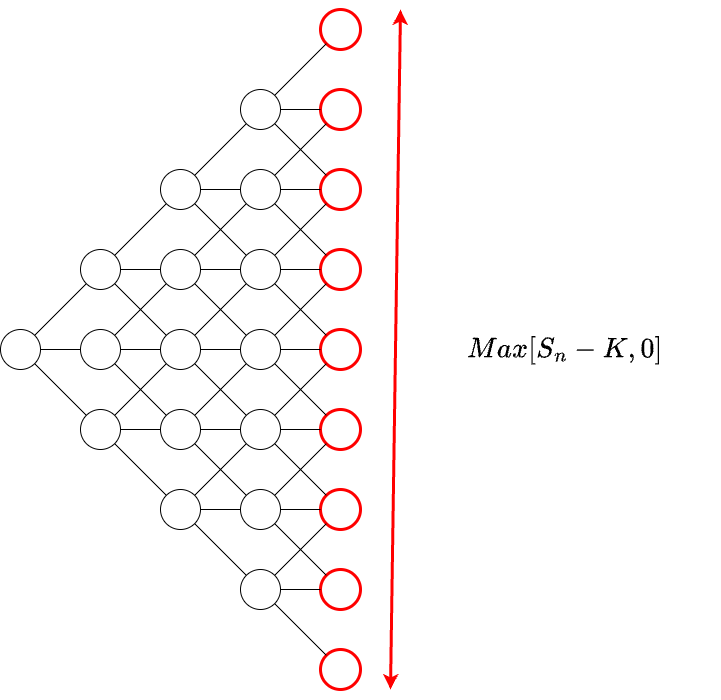
The draw.io diagram content/articles/How to Calculate an Innovation Option/max_equation_applied.png in innovation-options/innovation-options, before a commit. Source tidied: cells renumbered, new cells last; positions are measured from the earlier drawing's top-left corner, leaving out a move shared by most shapes. Source of this version:
```xml
<mxGraphModel math="1">
  <root>
    <mxCell id="0" />
    <mxCell id="1" parent="0" />
    <mxCell id="2" style="ellipse;whiteSpace=wrap;html=1;strokeColor=#FF0000;strokeWidth=3;" parent="1" vertex="1">
      <mxGeometry x="320" width="40" height="40" as="geometry" />
    </mxCell>
    <mxCell id="3" style="ellipse;whiteSpace=wrap;html=1;strokeColor=#FF0000;strokeWidth=3;" parent="1" vertex="1">
      <mxGeometry x="320" y="640" width="40" height="40" as="geometry" />
    </mxCell>
    <mxCell id="4" style="ellipse;whiteSpace=wrap;html=1;strokeColor=#FF0000;strokeWidth=3;" parent="1" vertex="1">
      <mxGeometry x="320" y="80" width="40" height="40" as="geometry" />
    </mxCell>
    <mxCell id="5" style="ellipse;whiteSpace=wrap;html=1;strokeColor=#FF0000;strokeWidth=3;" parent="1" vertex="1">
      <mxGeometry x="320" y="160" width="40" height="40" as="geometry" />
    </mxCell>
    <mxCell id="6" style="ellipse;whiteSpace=wrap;html=1;strokeColor=#FF0000;strokeWidth=3;" parent="1" vertex="1">
      <mxGeometry x="320" y="240" width="40" height="40" as="geometry" />
    </mxCell>
    <mxCell id="7" style="ellipse;whiteSpace=wrap;html=1;strokeColor=#FF0000;strokeWidth=3;" parent="1" vertex="1">
      <mxGeometry x="320" y="320" width="40" height="40" as="geometry" />
    </mxCell>
    <mxCell id="8" style="ellipse;whiteSpace=wrap;html=1;strokeColor=#FF0000;strokeWidth=3;" parent="1" vertex="1">
      <mxGeometry x="320" y="400" width="40" height="40" as="geometry" />
    </mxCell>
    <mxCell id="9" style="ellipse;whiteSpace=wrap;html=1;strokeColor=#FF0000;strokeWidth=3;" parent="1" vertex="1">
      <mxGeometry x="320" y="480" width="40" height="40" as="geometry" />
    </mxCell>
    <mxCell id="10" style="ellipse;whiteSpace=wrap;html=1;strokeColor=#FF0000;strokeWidth=3;" parent="1" vertex="1">
      <mxGeometry x="320" y="560" width="40" height="40" as="geometry" />
    </mxCell>
    <mxCell id="11" style="ellipse;whiteSpace=wrap;html=1;" parent="1" vertex="1">
      <mxGeometry x="240" y="80" width="40" height="40" as="geometry" />
    </mxCell>
    <mxCell id="12" style="ellipse;whiteSpace=wrap;html=1;" parent="1" vertex="1">
      <mxGeometry x="240" y="160" width="40" height="40" as="geometry" />
    </mxCell>
    <mxCell id="13" style="ellipse;whiteSpace=wrap;html=1;" parent="1" vertex="1">
      <mxGeometry x="240" y="240" width="40" height="40" as="geometry" />
    </mxCell>
    <mxCell id="14" style="ellipse;whiteSpace=wrap;html=1;" parent="1" vertex="1">
      <mxGeometry x="240" y="320" width="40" height="40" as="geometry" />
    </mxCell>
    <mxCell id="15" style="ellipse;whiteSpace=wrap;html=1;" parent="1" vertex="1">
      <mxGeometry x="240" y="400" width="40" height="40" as="geometry" />
    </mxCell>
    <mxCell id="16" style="ellipse;whiteSpace=wrap;html=1;" parent="1" vertex="1">
      <mxGeometry x="240" y="480" width="40" height="40" as="geometry" />
    </mxCell>
    <mxCell id="17" style="ellipse;whiteSpace=wrap;html=1;" parent="1" vertex="1">
      <mxGeometry x="240" y="560" width="40" height="40" as="geometry" />
    </mxCell>
    <mxCell id="18" style="ellipse;whiteSpace=wrap;html=1;" parent="1" vertex="1">
      <mxGeometry x="160" y="160" width="40" height="40" as="geometry" />
    </mxCell>
    <mxCell id="19" style="ellipse;whiteSpace=wrap;html=1;" parent="1" vertex="1">
      <mxGeometry x="160" y="240" width="40" height="40" as="geometry" />
    </mxCell>
    <mxCell id="20" style="ellipse;whiteSpace=wrap;html=1;" parent="1" vertex="1">
      <mxGeometry x="160" y="320" width="40" height="40" as="geometry" />
    </mxCell>
    <mxCell id="21" style="ellipse;whiteSpace=wrap;html=1;" parent="1" vertex="1">
      <mxGeometry x="160" y="400" width="40" height="40" as="geometry" />
    </mxCell>
    <mxCell id="22" style="ellipse;whiteSpace=wrap;html=1;" parent="1" vertex="1">
      <mxGeometry x="160" y="480" width="40" height="40" as="geometry" />
    </mxCell>
    <mxCell id="23" style="ellipse;whiteSpace=wrap;html=1;" parent="1" vertex="1">
      <mxGeometry x="80" y="240" width="40" height="40" as="geometry" />
    </mxCell>
    <mxCell id="24" style="ellipse;whiteSpace=wrap;html=1;" parent="1" vertex="1">
      <mxGeometry x="80" y="320" width="40" height="40" as="geometry" />
    </mxCell>
    <mxCell id="25" style="ellipse;whiteSpace=wrap;html=1;" parent="1" vertex="1">
      <mxGeometry x="80" y="400" width="40" height="40" as="geometry" />
    </mxCell>
    <mxCell id="26" style="ellipse;whiteSpace=wrap;html=1;" parent="1" vertex="1">
      <mxGeometry y="320" width="40" height="40" as="geometry" />
    </mxCell>
    <mxCell id="27" style="endArrow=none;html=1;rounded=0;" parent="1" edge="1" source="23" target="18">
      <mxGeometry relative="1" as="geometry" />
    </mxCell>
    <mxCell id="28" style="endArrow=none;html=1;rounded=0;" parent="1" edge="1" source="18" target="12">
      <mxGeometry relative="1" as="geometry" />
    </mxCell>
    <mxCell id="29" style="endArrow=none;html=1;rounded=0;" parent="1" edge="1" source="26" target="23">
      <mxGeometry relative="1" as="geometry" />
    </mxCell>
    <mxCell id="30" style="endArrow=none;html=1;rounded=0;" parent="1" edge="1" source="18" target="11">
      <mxGeometry relative="1" as="geometry" />
    </mxCell>
    <mxCell id="31" style="endArrow=none;html=1;rounded=0;" parent="1" edge="1" source="11" target="4">
      <mxGeometry relative="1" as="geometry" />
    </mxCell>
    <mxCell id="32" style="endArrow=none;html=1;rounded=0;" parent="1" edge="1" source="11" target="2">
      <mxGeometry relative="1" as="geometry" />
    </mxCell>
    <mxCell id="33" style="endArrow=none;html=1;rounded=0;" parent="1" edge="1" source="26" target="25">
      <mxGeometry relative="1" as="geometry" />
    </mxCell>
    <mxCell id="34" style="endArrow=none;html=1;rounded=0;" parent="1" edge="1" source="25" target="21">
      <mxGeometry relative="1" as="geometry" />
    </mxCell>
    <mxCell id="35" style="endArrow=none;html=1;rounded=0;" parent="1" edge="1" source="25" target="22">
      <mxGeometry relative="1" as="geometry" />
    </mxCell>
    <mxCell id="36" style="endArrow=none;html=1;rounded=0;" parent="1" edge="1" source="22" target="17">
      <mxGeometry relative="1" as="geometry" />
    </mxCell>
    <mxCell id="37" style="endArrow=none;html=1;rounded=0;" parent="1" edge="1" source="17" target="3">
      <mxGeometry relative="1" as="geometry" />
    </mxCell>
    <mxCell id="38" style="endArrow=none;html=1;rounded=0;" parent="1" edge="1" source="9" target="16">
      <mxGeometry relative="1" as="geometry" />
    </mxCell>
    <mxCell id="39" style="endArrow=none;html=1;rounded=0;" parent="1" edge="1" source="24" target="21">
      <mxGeometry relative="1" as="geometry" />
    </mxCell>
    <mxCell id="40" style="endArrow=none;html=1;rounded=0;" parent="1" edge="1" source="16" target="10">
      <mxGeometry relative="1" as="geometry" />
    </mxCell>
    <mxCell id="41" style="endArrow=none;html=1;rounded=0;" parent="1" edge="1" source="20" target="24">
      <mxGeometry relative="1" as="geometry" />
    </mxCell>
    <mxCell id="42" style="endArrow=none;html=1;rounded=0;" parent="1" edge="1" source="24" target="26">
      <mxGeometry relative="1" as="geometry" />
    </mxCell>
    <mxCell id="43" style="endArrow=none;html=1;rounded=0;" parent="1" edge="1" source="19" target="14">
      <mxGeometry relative="1" as="geometry" />
    </mxCell>
    <mxCell id="44" style="endArrow=none;html=1;rounded=0;" parent="1" edge="1" source="14" target="8">
      <mxGeometry relative="1" as="geometry" />
    </mxCell>
    <mxCell id="45" style="endArrow=none;html=1;rounded=0;" parent="1" edge="1" source="23" target="19">
      <mxGeometry relative="1" as="geometry" />
    </mxCell>
    <mxCell id="46" style="endArrow=none;html=1;rounded=0;" parent="1" edge="1" source="23" target="20">
      <mxGeometry relative="1" as="geometry" />
    </mxCell>
    <mxCell id="47" style="endArrow=none;html=1;rounded=0;" parent="1" edge="1" source="20" target="15">
      <mxGeometry relative="1" as="geometry" />
    </mxCell>
    <mxCell id="48" style="endArrow=none;html=1;rounded=0;" parent="1" edge="1" source="15" target="9">
      <mxGeometry relative="1" as="geometry" />
    </mxCell>
    <mxCell id="49" style="endArrow=none;html=1;rounded=0;" parent="1" edge="1" source="21" target="16">
      <mxGeometry relative="1" as="geometry" />
    </mxCell>
    <mxCell id="50" style="endArrow=none;html=1;rounded=0;" parent="1" edge="1" source="15" target="7">
      <mxGeometry relative="1" as="geometry" />
    </mxCell>
    <mxCell id="51" style="endArrow=none;html=1;rounded=0;" parent="1" edge="1" source="13" target="6">
      <mxGeometry relative="1" as="geometry" />
    </mxCell>
    <mxCell id="52" style="endArrow=none;html=1;rounded=0;" parent="1" edge="1" source="11" target="5">
      <mxGeometry relative="1" as="geometry" />
    </mxCell>
    <mxCell id="53" style="endArrow=none;html=1;rounded=0;" parent="1" edge="1" source="12" target="6">
      <mxGeometry relative="1" as="geometry" />
    </mxCell>
    <mxCell id="54" style="endArrow=none;html=1;rounded=0;" parent="1" edge="1" source="18" target="13">
      <mxGeometry relative="1" as="geometry" />
    </mxCell>
    <mxCell id="55" style="endArrow=none;html=1;rounded=0;" parent="1" edge="1" source="13" target="7">
      <mxGeometry relative="1" as="geometry" />
    </mxCell>
    <mxCell id="56" style="endArrow=none;html=1;rounded=0;" parent="1" edge="1" source="20" target="13">
      <mxGeometry relative="1" as="geometry" />
    </mxCell>
    <mxCell id="57" style="endArrow=none;html=1;rounded=0;" parent="1" edge="1" source="20" target="14">
      <mxGeometry relative="1" as="geometry" />
    </mxCell>
    <mxCell id="58" style="endArrow=none;html=1;rounded=0;" parent="1" edge="1" source="25" target="20">
      <mxGeometry relative="1" as="geometry" />
    </mxCell>
    <mxCell id="59" style="endArrow=none;html=1;rounded=0;" parent="1" edge="1" source="24" target="19">
      <mxGeometry relative="1" as="geometry" />
    </mxCell>
    <mxCell id="60" style="endArrow=none;html=1;rounded=0;" parent="1" edge="1" source="19" target="13">
      <mxGeometry relative="1" as="geometry" />
    </mxCell>
    <mxCell id="61" style="endArrow=none;html=1;rounded=0;" parent="1" edge="1" source="19" target="12">
      <mxGeometry relative="1" as="geometry" />
    </mxCell>
    <mxCell id="62" style="endArrow=none;html=1;rounded=0;" parent="1" edge="1" source="12" target="5">
      <mxGeometry relative="1" as="geometry" />
    </mxCell>
    <mxCell id="63" style="endArrow=none;html=1;rounded=0;" parent="1" edge="1" source="17" target="10">
      <mxGeometry relative="1" as="geometry" />
    </mxCell>
    <mxCell id="64" style="endArrow=none;html=1;rounded=0;" parent="1" edge="1" source="22" target="16">
      <mxGeometry relative="1" as="geometry" />
    </mxCell>
    <mxCell id="65" style="endArrow=none;html=1;rounded=0;" parent="1" edge="1" source="21" target="15">
      <mxGeometry relative="1" as="geometry" />
    </mxCell>
    <mxCell id="66" style="endArrow=none;html=1;rounded=0;" parent="1" edge="1" source="21" target="14">
      <mxGeometry relative="1" as="geometry" />
    </mxCell>
    <mxCell id="67" style="endArrow=none;html=1;rounded=0;" parent="1" edge="1" source="14" target="7">
      <mxGeometry relative="1" as="geometry" />
    </mxCell>
    <mxCell id="68" style="endArrow=none;html=1;rounded=0;" parent="1" edge="1" source="14" target="6">
      <mxGeometry relative="1" as="geometry" />
    </mxCell>
    <mxCell id="69" style="endArrow=none;html=1;rounded=0;" parent="1" edge="1" source="22" target="15">
      <mxGeometry relative="1" as="geometry" />
    </mxCell>
    <mxCell id="70" style="endArrow=none;html=1;rounded=0;" parent="1" edge="1" source="15" target="8">
      <mxGeometry relative="1" as="geometry" />
    </mxCell>
    <mxCell id="71" style="endArrow=none;html=1;rounded=0;" parent="1" edge="1" source="16" target="8">
      <mxGeometry relative="1" as="geometry" />
    </mxCell>
    <mxCell id="72" style="endArrow=none;html=1;rounded=0;" parent="1" edge="1" source="17" target="9">
      <mxGeometry relative="1" as="geometry" />
    </mxCell>
    <mxCell id="73" style="endArrow=none;html=1;rounded=0;fontStyle=1;" parent="1" edge="1" source="4" target="12">
      <mxGeometry relative="1" as="geometry" />
    </mxCell>
    <mxCell id="74" style="endArrow=none;html=1;rounded=0;" parent="1" edge="1" source="13" target="5">
      <mxGeometry relative="1" as="geometry" />
    </mxCell>
    <mxCell id="75" style="endArrow=classic;startArrow=classic;html=1;rounded=0;fontColor=#FF0000;strokeWidth=3;strokeColor=#FF0000;" parent="1" edge="1">
      <mxGeometry relative="1" as="geometry">
        <mxPoint x="390" y="680" as="sourcePoint" />
        <mxPoint x="400" as="targetPoint" />
      </mxGeometry>
    </mxCell>
    <mxCell id="76" value="&lt;font style=&quot;font-size: 24px;&quot;&gt;$$Max[S_n - K, 0]$$&lt;/font&gt;" style="text;html=1;align=center;verticalAlign=middle;whiteSpace=wrap;rounded=0;" parent="1" vertex="1">
      <mxGeometry x="410" y="277.5" width="310" height="125" as="geometry" />
    </mxCell>
  </root>
</mxGraphModel>
```
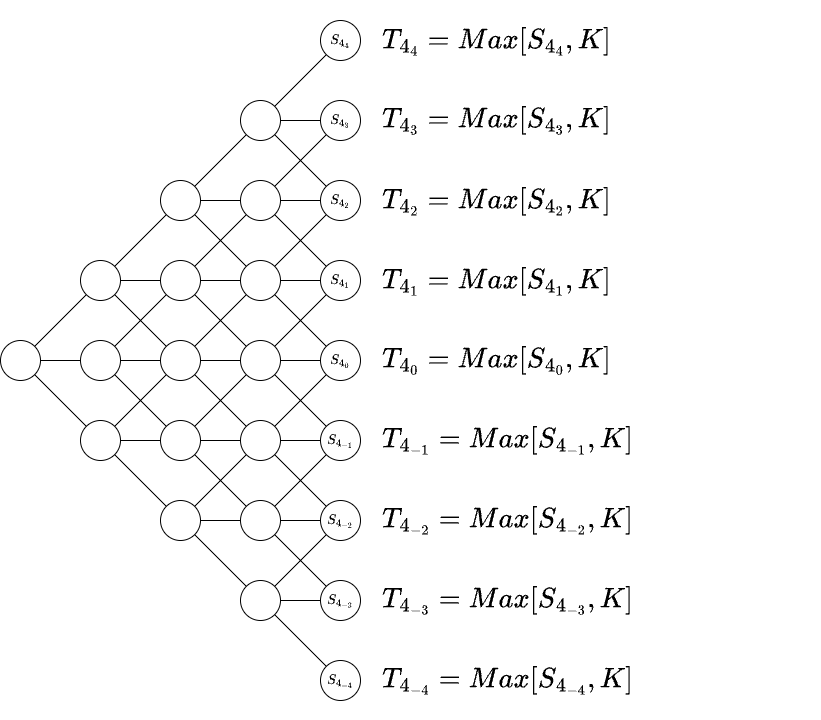
The same diagram one commit later.

Change to the diagram source:
```diff
@@ -2,31 +2,31 @@
   <root>
     <mxCell id="0" />
     <mxCell id="1" parent="0" />
-    <mxCell id="2" style="ellipse;whiteSpace=wrap;html=1;strokeColor=#FF0000;strokeWidth=3;" parent="1" vertex="1">
+    <mxCell id="2" value="$$S_{4_4}$$" style="ellipse;whiteSpace=wrap;html=1;" parent="1" vertex="1">
       <mxGeometry x="320" width="40" height="40" as="geometry" />
     </mxCell>
-    <mxCell id="3" style="ellipse;whiteSpace=wrap;html=1;strokeColor=#FF0000;strokeWidth=3;" parent="1" vertex="1">
+    <mxCell id="3" value="$$S_{4_{-4}}$$" style="ellipse;whiteSpace=wrap;html=1;" parent="1" vertex="1">
       <mxGeometry x="320" y="640" width="40" height="40" as="geometry" />
     </mxCell>
-    <mxCell id="4" style="ellipse;whiteSpace=wrap;html=1;strokeColor=#FF0000;strokeWidth=3;" parent="1" vertex="1">
+    <mxCell id="4" value="$$S_{4_3}$$" style="ellipse;whiteSpace=wrap;html=1;" parent="1" vertex="1">
       <mxGeometry x="320" y="80" width="40" height="40" as="geometry" />
     </mxCell>
-    <mxCell id="5" style="ellipse;whiteSpace=wrap;html=1;strokeColor=#FF0000;strokeWidth=3;" parent="1" vertex="1">
+    <mxCell id="5" value="$$S_{4_2}$$" style="ellipse;whiteSpace=wrap;html=1;" parent="1" vertex="1">
       <mxGeometry x="320" y="160" width="40" height="40" as="geometry" />
     </mxCell>
-    <mxCell id="6" style="ellipse;whiteSpace=wrap;html=1;strokeColor=#FF0000;strokeWidth=3;" parent="1" vertex="1">
+    <mxCell id="6" value="$$S_{4_1}$$" style="ellipse;whiteSpace=wrap;html=1;" parent="1" vertex="1">
       <mxGeometry x="320" y="240" width="40" height="40" as="geometry" />
     </mxCell>
-    <mxCell id="7" style="ellipse;whiteSpace=wrap;html=1;strokeColor=#FF0000;strokeWidth=3;" parent="1" vertex="1">
+    <mxCell id="7" value="$$S_{4_0}$$" style="ellipse;whiteSpace=wrap;html=1;" parent="1" vertex="1">
       <mxGeometry x="320" y="320" width="40" height="40" as="geometry" />
     </mxCell>
-    <mxCell id="8" style="ellipse;whiteSpace=wrap;html=1;strokeColor=#FF0000;strokeWidth=3;" parent="1" vertex="1">
+    <mxCell id="8" value="$$S_{4_{-1}}$$" style="ellipse;whiteSpace=wrap;html=1;" parent="1" vertex="1">
       <mxGeometry x="320" y="400" width="40" height="40" as="geometry" />
     </mxCell>
-    <mxCell id="9" style="ellipse;whiteSpace=wrap;html=1;strokeColor=#FF0000;strokeWidth=3;" parent="1" vertex="1">
+    <mxCell id="9" value="$$S_{4_{-2}}$$" style="ellipse;whiteSpace=wrap;html=1;" parent="1" vertex="1">
       <mxGeometry x="320" y="480" width="40" height="40" as="geometry" />
     </mxCell>
-    <mxCell id="10" style="ellipse;whiteSpace=wrap;html=1;strokeColor=#FF0000;strokeWidth=3;" parent="1" vertex="1">
+    <mxCell id="10" value="$$S_{4_{-3}}$$" style="ellipse;whiteSpace=wrap;html=1;" parent="1" vertex="1">
       <mxGeometry x="320" y="560" width="40" height="40" as="geometry" />
     </mxCell>
     <mxCell id="11" style="ellipse;whiteSpace=wrap;html=1;" parent="1" vertex="1">
@@ -221,14 +221,32 @@
     <mxCell id="74" style="endArrow=none;html=1;rounded=0;" parent="1" edge="1" source="13" target="5">
       <mxGeometry relative="1" as="geometry" />
     </mxCell>
-    <mxCell id="75" style="endArrow=classic;startArrow=classic;html=1;rounded=0;fontColor=#FF0000;strokeWidth=3;strokeColor=#FF0000;" parent="1" edge="1">
-      <mxGeometry relative="1" as="geometry">
-        <mxPoint x="390" y="680" as="sourcePoint" />
-        <mxPoint x="400" as="targetPoint" />
-      </mxGeometry>
-    </mxCell>
-    <mxCell id="76" value="&lt;font style=&quot;font-size: 24px;&quot;&gt;$$Max[S_n - K, 0]$$&lt;/font&gt;" style="text;html=1;align=center;verticalAlign=middle;whiteSpace=wrap;rounded=0;" parent="1" vertex="1">
-      <mxGeometry x="410" y="277.5" width="310" height="125" as="geometry" />
-    </mxCell>
+    <mxCell id="77" value="&lt;font style=&quot;font-size: 24px;&quot;&gt;$$T_{4_4}=Max[S_{4_4}, K]$$&lt;/font&gt;" style="text;html=1;align=left;verticalAlign=middle;whiteSpace=wrap;rounded=0;" parent="1" vertex="1">
+      <mxGeometry x="380" y="-20" width="440" height="80" as="geometry" />
+    </mxCell>
+    <mxCell id="78" value="&lt;font style=&quot;font-size: 24px;&quot;&gt;$$T_{4_3}=Max[S_{4_3}, K]$$&lt;/font&gt;" style="text;html=1;align=left;verticalAlign=middle;whiteSpace=wrap;rounded=0;" parent="1" vertex="1">
+      <mxGeometry x="380" y="60" width="440" height="80" as="geometry" />
+    </mxCell>
+    <mxCell id="79" value="&lt;font style=&quot;font-size: 24px;&quot;&gt;$$T_{4_2}=Max[S_{4_2}, K]$$&lt;/font&gt;" style="text;html=1;align=left;verticalAlign=middle;whiteSpace=wrap;rounded=0;" parent="1" vertex="1">
+      <mxGeometry x="380" y="140" width="440" height="80" as="geometry" />
+    </mxCell>
+    <mxCell id="80" value="&lt;font style=&quot;font-size: 24px;&quot;&gt;$$T_{4_1}=Max[S_{4_1}, K]$$&lt;/font&gt;" style="text;html=1;align=left;verticalAlign=middle;whiteSpace=wrap;rounded=0;" parent="1" vertex="1">
+      <mxGeometry x="380" y="220" width="440" height="80" as="geometry" />
+    </mxCell>
+    <mxCell id="81" value="&lt;font style=&quot;font-size: 24px;&quot;&gt;$$T_{4_0}=Max[S_{4_0}, K]$$&lt;/font&gt;" style="text;html=1;align=left;verticalAlign=middle;whiteSpace=wrap;rounded=0;" parent="1" vertex="1">
+      <mxGeometry x="380" y="300" width="440" height="80" as="geometry" />
+    </mxCell>
+    <mxCell id="82" value="&lt;font style=&quot;font-size: 24px;&quot;&gt;$$T_{4_{-1}}=Max[S_{4_{-1}}, K]$$&lt;/font&gt;" style="text;html=1;align=left;verticalAlign=middle;whiteSpace=wrap;rounded=0;" parent="1" vertex="1">
+      <mxGeometry x="380" y="380" width="440" height="80" as="geometry" />
+    </mxCell>
+    <mxCell id="83" value="&lt;font style=&quot;font-size: 24px;&quot;&gt;$$T_{4_{-2}}=Max[S_{4_{-2}}, K]$$&lt;/font&gt;" style="text;html=1;align=left;verticalAlign=middle;whiteSpace=wrap;rounded=0;" parent="1" vertex="1">
+      <mxGeometry x="380" y="460" width="440" height="80" as="geometry" />
+    </mxCell>
+    <mxCell id="84" value="&lt;font style=&quot;font-size: 24px;&quot;&gt;$$T_{4_{-3}}=Max[S_{4_{-3}}, K]$$&lt;/font&gt;" style="text;html=1;align=left;verticalAlign=middle;whiteSpace=wrap;rounded=0;" parent="1" vertex="1">
+      <mxGeometry x="380" y="540" width="440" height="80" as="geometry" />
+    </mxCell>
+    <mxCell id="85" value="&lt;font style=&quot;font-size: 24px;&quot;&gt;$$T_{4_{-4}}=Max[S_{4_{-4}}, K]$$&lt;/font&gt;" style="text;html=1;align=left;verticalAlign=middle;whiteSpace=wrap;rounded=0;" parent="1" vertex="1">
+      <mxGeometry x="380" y="620" width="440" height="80" as="geometry" />
+    </mxCell>
   </root>
 </mxGraphModel>
```
